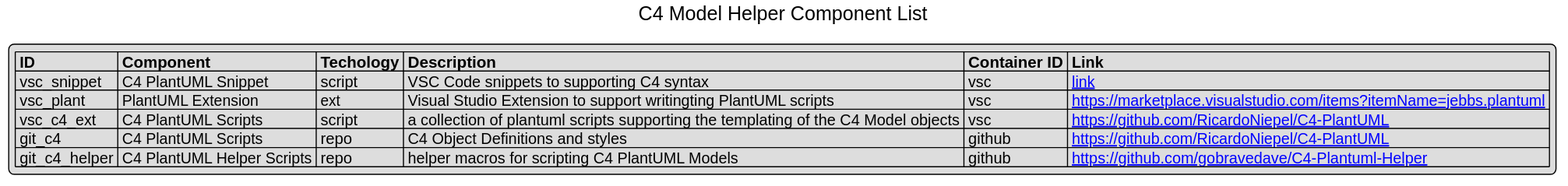
Earlier version of the PlantUML export docs/component_list.svg (gobravedave/C4-Plantuml-Helper). Source of this version:
```plantuml
@startuml C4 Model Helper Component List
Title C4 Model Helper Component List










    Legend bottom
    | **ID** | **Component** | **Techology** | **Description** | **Container ID** | **Link** |
| vsc_snippet | C4 PlantUML Snippet | script | VSC Code snippets to supporting C4 syntax | vsc | [[add link]] |
| vsc_plant | PlantUML Extension | ext | Visual Studio Extension to support writingting PlantUML scripts | vsc | [[https://marketplace.visualstudio.com/items?itemName=jebbs.plantuml]] |
| vsc_c4_ext | C4 PlantUML Scripts | script | a collection of plantuml scripts supporting the templating of the C4 Model objects | vsc | [[https://github.com/RicardoNiepel/C4-PlantUML]] |
| git_c4 | C4 PlantUML Scripts | repo | C4 Object Definitions and styles  | github | [[https://github.com/RicardoNiepel/C4-PlantUML]] |
| git_c4_helper | C4 PlantUML Helper Scripts | repo | helper macros for scripting C4 PlantUML Models | github | [[https://github.com/gobravedave/C4-Plantuml-Helper]] |
    endlegend

@enduml
```
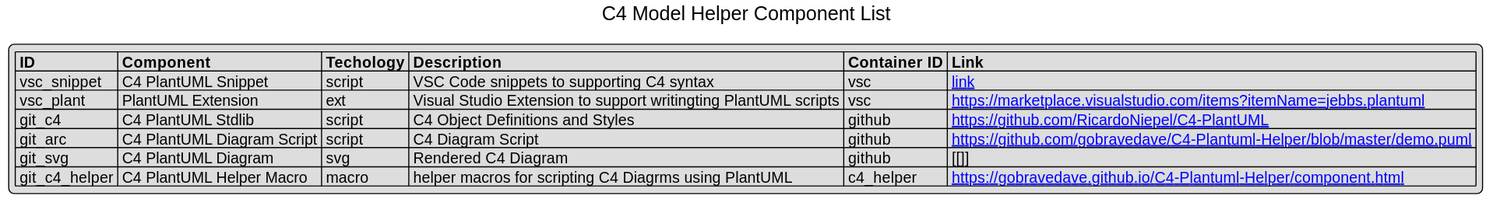
Above is the later version.

Diff of the diagram source:
```diff
@@ -1,22 +1,5 @@
-@startuml C4 Model Helper Component List
+@startuml component_list
 Title C4 Model Helper Component List
-
-
-
-
-
-
-
-
-
-
-    Legend bottom
-    | **ID** | **Component** | **Techology** | **Description** | **Container ID** | **Link** |
-| vsc_snippet | C4 PlantUML Snippet | script | VSC Code snippets to supporting C4 syntax | vsc | [[add link]] |
-| vsc_plant | PlantUML Extension | ext | Visual Studio Extension to support writingting PlantUML scripts | vsc | [[https://marketplace.visualstudio.com/items?itemName=jebbs.plantuml]] |
-| vsc_c4_ext | C4 PlantUML Scripts | script | a collection of plantuml scripts supporting the templating of the C4 Model objects | vsc | [[https://github.com/RicardoNiepel/C4-PlantUML]] |
-| git_c4 | C4 PlantUML Scripts | repo | C4 Object Definitions and styles  | github | [[https://github.com/RicardoNiepel/C4-PlantUML]] |
-| git_c4_helper | C4 PlantUML Helper Scripts | repo | helper macros for scripting C4 PlantUML Models | github | [[https://github.com/gobravedave/C4-Plantuml-Helper]] |
-    endlegend
-
+!include ../C4-Plantuml-Helper/C4_helper.iuml
+$component_list()
 @enduml
```
